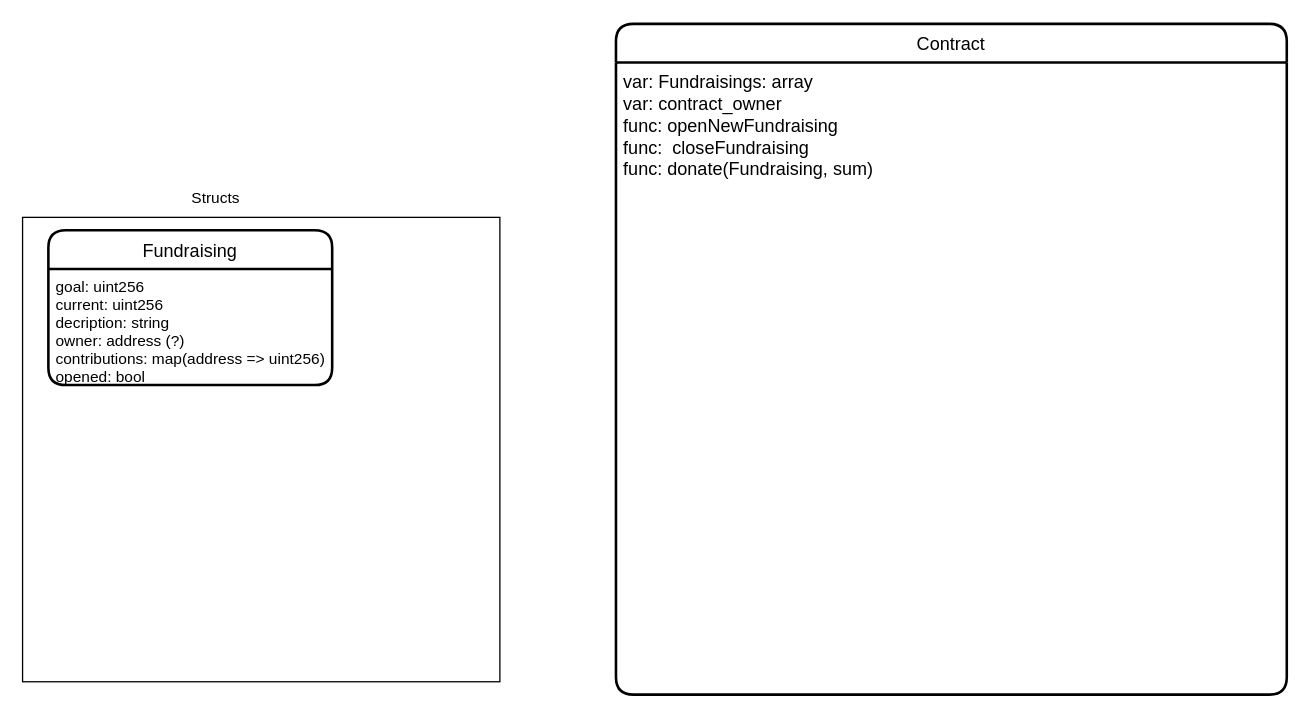
Earlier version of the draw.io diagram Project_scheme.drawio (RegreTTO/solidity-project). Source tidied: cells renumbered, new cells numbered last; positions are measured from the earlier drawing's top-left corner, leaving out a move shared by most shapes. Both pictures are drawn from the tidied source at 129%, with x=0, y=0 at pixel (22, 23).
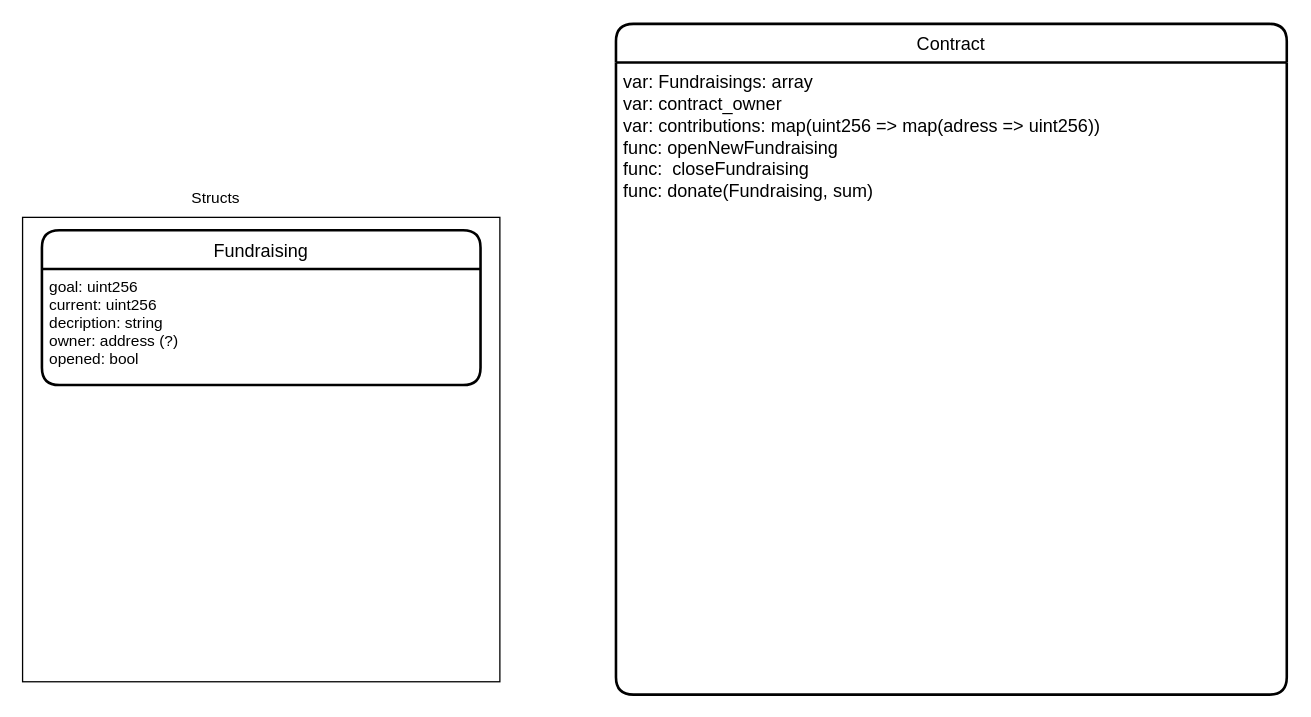
After the change.

What changed in the source:
```diff
@@
 <mxGraphModel>
   <root>
     <mxCell id="0" />
     <mxCell id="1" parent="0" />
     <mxCell id="2" style="rounded=0;whiteSpace=wrap;html=1;" parent="1" vertex="1">
       <mxGeometry y="150" width="370" height="360" as="geometry" />
     </mxCell>
     <mxCell id="3" value="Fundraising" style="swimlane;horizontal=1;startSize=30;rounded=1;fontSize=14;fontStyle=0;strokeWidth=2;shadow=0;dashed=0;align=center;" parent="1" vertex="1">
-      <mxGeometry x="20" y="160" width="220" height="120" as="geometry" />
+      <mxGeometry x="15" y="160" width="340" height="120" as="geometry" />
     </mxCell>
-    <mxCell id="4" value="goal: uint256&#10;current: uint256&#10;decription: string&#10;owner: address (?)&#10;contributions: map(address =&gt; uint256)&#10;opened: bool" style="align=left;strokeColor=none;fillColor=none;spacingLeft=4;fontSize=12;verticalAlign=top;" parent="3" vertex="1">
-      <mxGeometry y="30" width="220" height="90" as="geometry" />
+    <mxCell id="4" value="goal: uint256&#10;current: uint256&#10;decription: string&#10;owner: address (?)&#10;opened: bool" style="align=left;strokeColor=none;fillColor=none;spacingLeft=4;fontSize=12;verticalAlign=top;" parent="3" vertex="1">
+      <mxGeometry y="30" width="340" height="90" as="geometry" />
     </mxCell>
     <mxCell id="5" value="Structs" style="text;html=1;strokeColor=none;fillColor=none;align=center;verticalAlign=middle;whiteSpace=wrap;rounded=0;" parent="1" vertex="1">
       <mxGeometry x="120" y="120" width="60" height="30" as="geometry" />
     </mxCell>
     <mxCell id="6" value="Contract" style="swimlane;horizontal=1;startSize=30;rounded=1;fontSize=14;fontStyle=0;strokeWidth=2;shadow=0;dashed=0;align=center;" parent="1" vertex="1">
       <mxGeometry x="460" width="520" height="520" as="geometry" />
     </mxCell>
-    <mxCell id="7" value="var: Fundraisings: array&#10;var: contract_owner&#10;func: openNewFundraising&#10;func:  closeFundraising&#10;func: donate(Fundraising, sum)&#10;" style="align=left;strokeColor=none;fillColor=none;spacingLeft=4;fontSize=14;verticalAlign=top;" parent="6" vertex="1">
+    <mxCell id="7" value="var: Fundraisings: array&#10;var: contract_owner&#10;var: contributions: map(uint256 =&gt; map(adress =&gt; uint256))&#10;func: openNewFundraising&#10;func:  closeFundraising&#10;func: donate(Fundraising, sum)&#10;" style="align=left;strokeColor=none;fillColor=none;spacingLeft=4;fontSize=14;verticalAlign=top;" parent="6" vertex="1">
       <mxGeometry y="30" width="520" height="490" as="geometry" />
     </mxCell>
   </root>
 </mxGraphModel>
```
